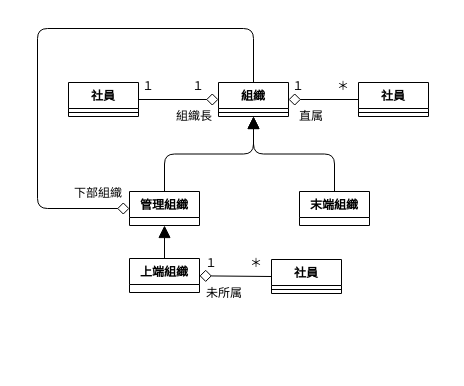
The draw.io diagram page "クラス図" (3 of 4) of Designs/組織構成設計/organization_design.drawio in bosssanovar/LightMvvmSample, before the edit. Source tidied: cells renumbered, new cells numbered last; positions are measured from the earlier drawing's top-left corner, leaving out a move shared by most shapes. Both pictures are drawn from the tidied source at 100%, with x=0, y=0 at pixel (17, 18).
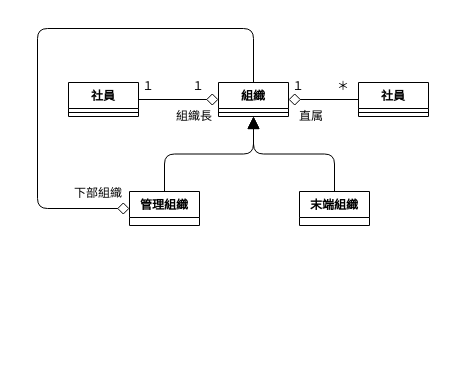
Above is the later version.

The change refers to these unchanged cells:
```xml
<mxCell id="3" value="管理組織" style="swimlane;fontStyle=1;align=center;verticalAlign=top;horizontal=1;startSize=26;" parent="1" vertex="1">
  <mxGeometry x="112" y="173" width="70" height="34" as="geometry" />
</mxCell>
```

What changed in the source:
```diff
@@
     <mxCell id="2" style="rounded=0;whiteSpace=wrap;html=1;strokeColor=none;fontSize=12;" parent="1" vertex="1">
-      <mxGeometry width="430" height="350" as="geometry" />
+      <mxGeometry width="430" height="220" as="geometry" />
     </mxCell>
@@
-    <mxCell id="23" value="上端組織" style="swimlane;fontStyle=1;align=center;verticalAlign=top;horizontal=1;startSize=26;" parent="1" vertex="1">
-      <mxGeometry x="112" y="240" width="70" height="34" as="geometry" />
-    </mxCell>
-    <mxCell id="24" style="jumpSize=10;html=1;strokeWidth=1;fontSize=12;endArrow=block;endFill=1;startSize=10;endSize=10;" parent="1" edge="1" source="23" target="3">
-      <mxGeometry relative="1" as="geometry" />
-    </mxCell>
-    <mxCell id="25" style="edgeStyle=none;jumpSize=10;html=1;exitX=0;exitY=0.5;exitDx=0;exitDy=0;strokeWidth=1;endArrow=diamond;endFill=0;startSize=10;endSize=10;" parent="1" edge="1" source="26" target="23">
-      <mxGeometry relative="1" as="geometry" />
-    </mxCell>
-    <mxCell id="26" value="社員" style="swimlane;fontStyle=1;align=center;verticalAlign=top;horizontal=1;startSize=26;" parent="1" vertex="1">
-      <mxGeometry x="254" y="241" width="70" height="34" as="geometry" />
-    </mxCell>
-    <mxCell id="27" style="line;strokeWidth=1;fillColor=none;align=left;verticalAlign=middle;spacingTop=-1;spacingLeft=3;spacingRight=3;labelPosition=right;strokeColor=inherit;" parent="26" vertex="1">
-      <mxGeometry y="26" width="70" height="8" as="geometry" />
-    </mxCell>
-    <mxCell id="28" value="１" style="text;html=1;strokeColor=none;fillColor=none;align=center;verticalAlign=middle;whiteSpace=wrap;rounded=0;dashed=1;" parent="1" vertex="1">
-      <mxGeometry x="164" y="230" width="60" height="30" as="geometry" />
-    </mxCell>
-    <mxCell id="29" value="＊" style="text;html=1;strokeColor=none;fillColor=none;align=center;verticalAlign=middle;whiteSpace=wrap;rounded=0;dashed=1;fontSize=12;" parent="1" vertex="1">
-      <mxGeometry x="209" y="230" width="60" height="30" as="geometry" />
-    </mxCell>
-    <mxCell id="30" value="未所属" style="text;html=1;strokeColor=none;fillColor=none;align=center;verticalAlign=middle;whiteSpace=wrap;rounded=0;dashed=1;fontSize=12;" parent="1" vertex="1">
-      <mxGeometry x="177" y="260" width="60" height="30" as="geometry" />
-    </mxCell>
```
